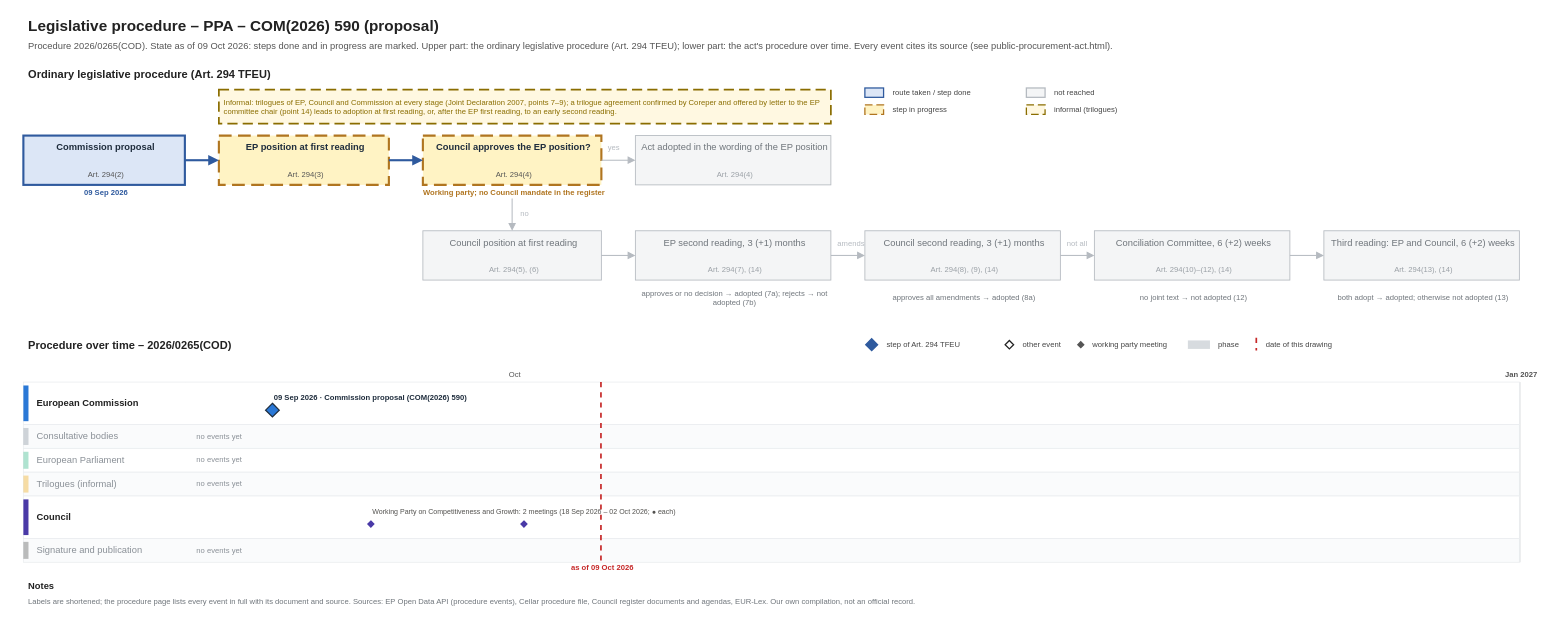
This is procedures/public-procurement-act.drawio from git-z0man/eu-regulation-timeline, a draw.io file, before an edit. Source tidied: cells renumbered, new cells numbered last; positions are measured from the earlier drawing's top-left corner, leaving out a move shared by most shapes. Both pictures are drawn from the tidied source at 85%, with x=0, y=0 at pixel (14, 14).
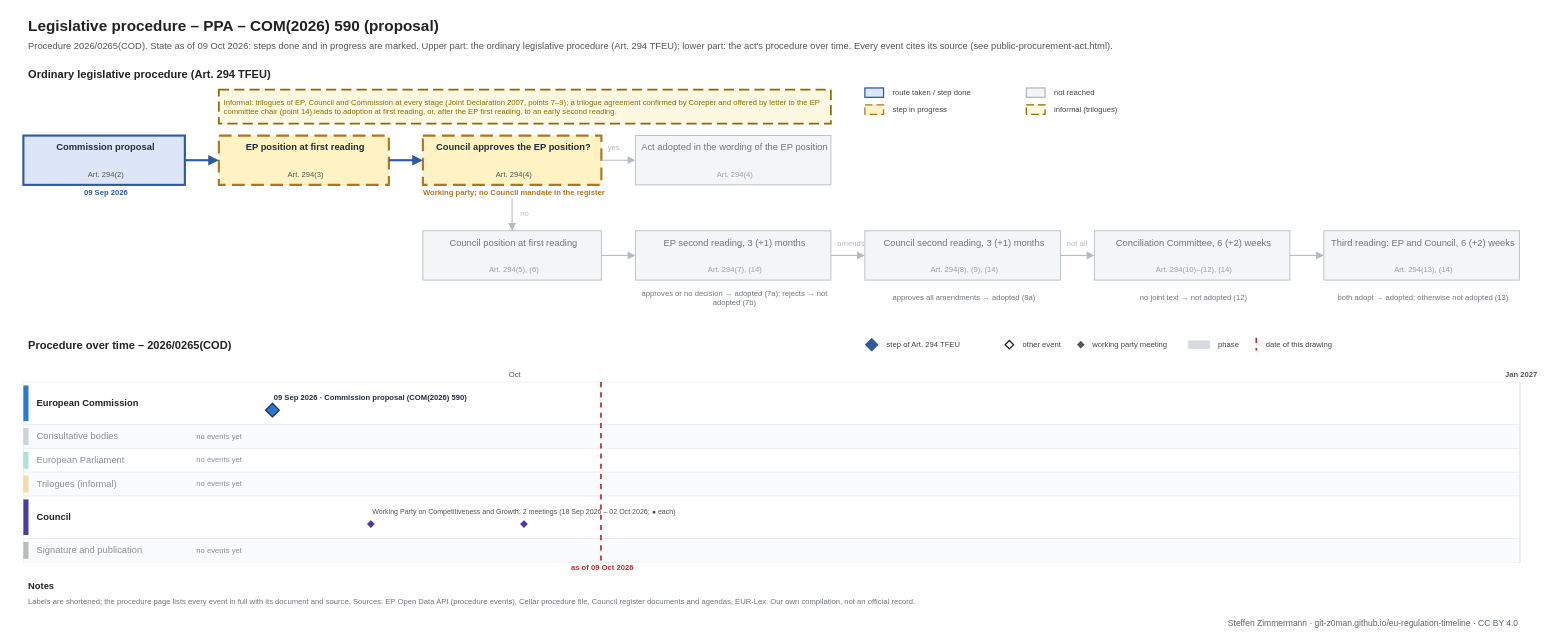
After the change.

Diff of the diagram source:
```diff
@@
+    <mxCell id="109" value="Steffen Zimmermann · git-z0man.github.io/eu-regulation-timeline · CC BY 4.0" style="text;html=1;fontSize=10;fontColor=#5b646b;align=right;verticalAlign=middle;spacingLeft=4;" parent="1" vertex="1">
+      <mxGeometry x="10" y="708" width="1760" height="16" as="geometry" />
+    </mxCell>
```
